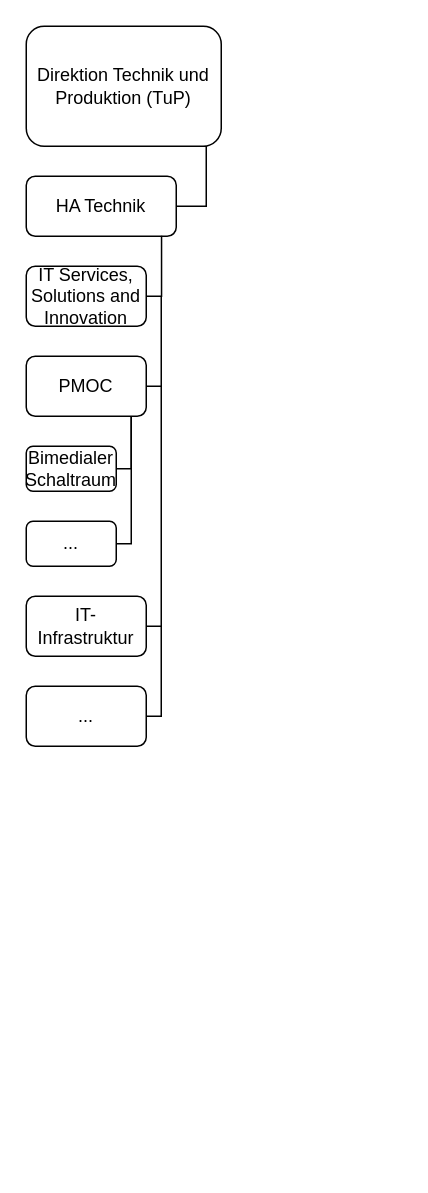
Earlier version of the draw.io diagram Bachelorarbeit.drawio (Baastel/Grafik_Bachelorarbeit). Source tidied: cells renumbered, new cells numbered last; positions are measured from the earlier drawing's top-left corner, leaving out a move shared by most shapes. Both pictures are drawn from the tidied source at 150%, with x=0, y=0 at pixel (26, 26).
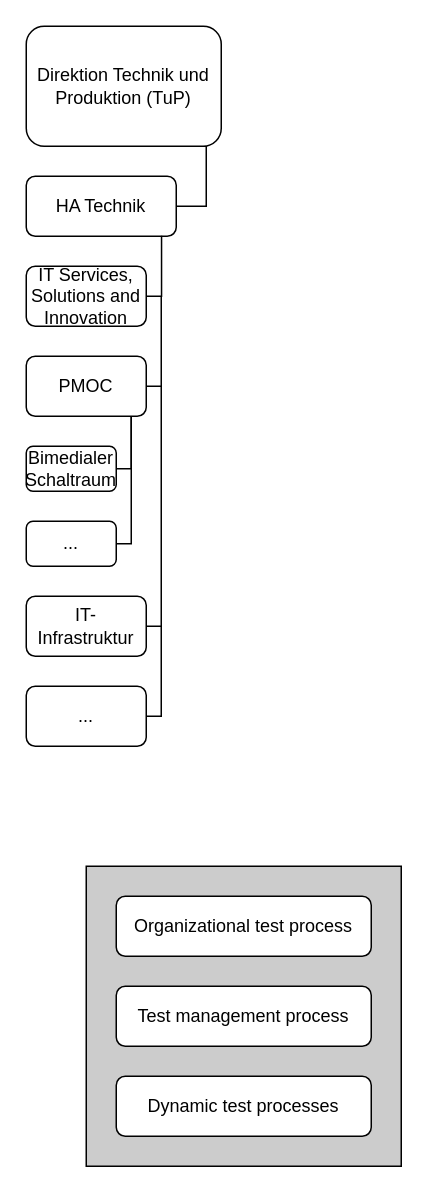
The same diagram, later.

What changed in the source:
```diff
@@
+    <mxCell id="18" parent="0" />
+    <mxCell id="19" style="rounded=0;whiteSpace=wrap;html=1;fillColor=#CCCCCC;strokeColor=#000000;" parent="18" vertex="1">
+      <mxGeometry x="40" y="560" width="210" height="200" as="geometry" />
+    </mxCell>
+    <mxCell id="20" value="Organizational test process" style="rounded=1;whiteSpace=wrap;html=1;" parent="18" vertex="1">
+      <mxGeometry x="60" y="580" width="170" height="40" as="geometry" />
+    </mxCell>
+    <mxCell id="21" value="Test management process" style="rounded=1;whiteSpace=wrap;html=1;" parent="18" vertex="1">
+      <mxGeometry x="60" y="640" width="170" height="40" as="geometry" />
+    </mxCell>
+    <mxCell id="22" value="Dynamic test processes" style="rounded=1;whiteSpace=wrap;html=1;" parent="18" vertex="1">
+      <mxGeometry x="60" y="700" width="170" height="40" as="geometry" />
+    </mxCell>
```
